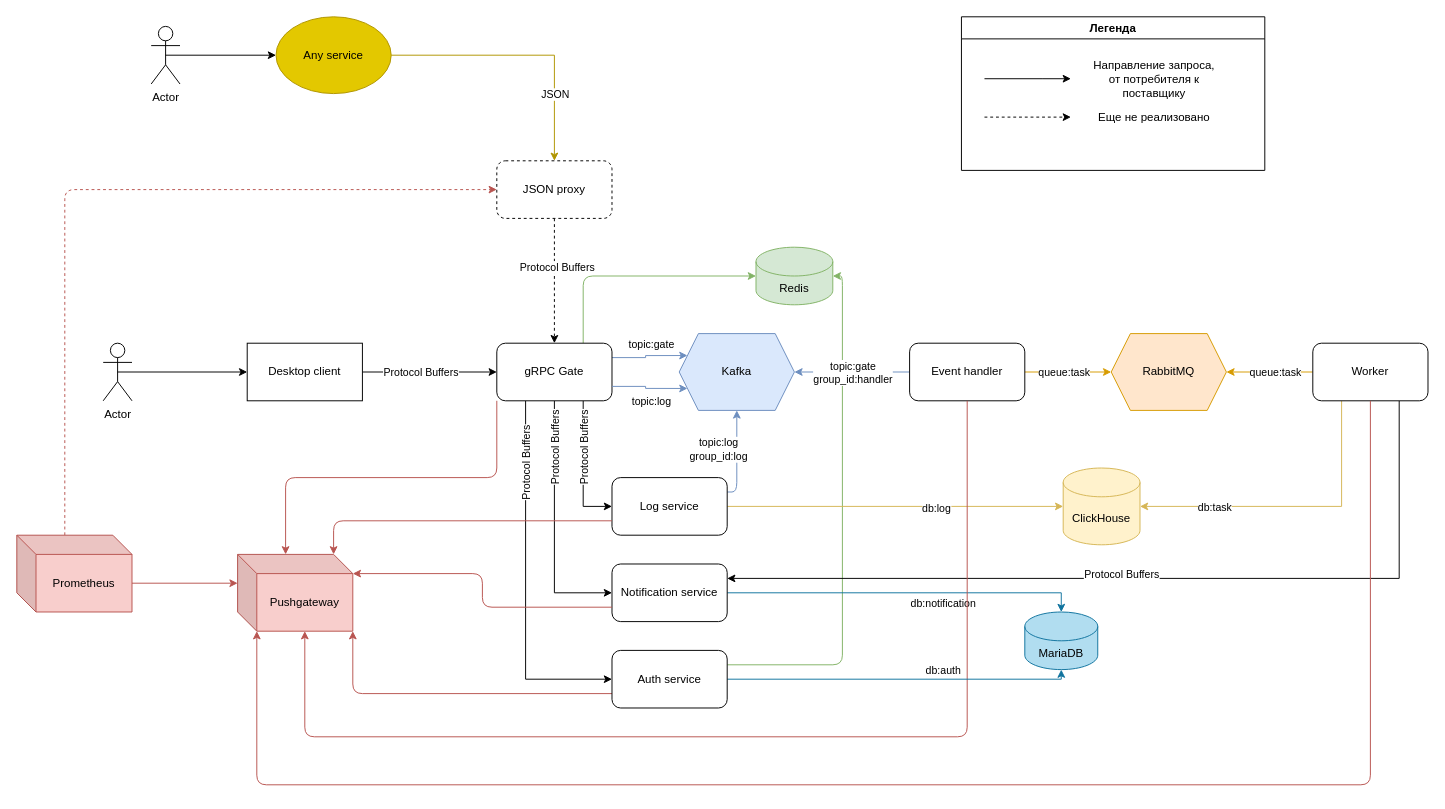
This is page "New" (1 of 2) of scheme.drawio from gbh007/petus-projectus, a draw.io file, before an edit. Source tidied: cells renumbered, new cells numbered last; positions are measured from the earlier drawing's top-left corner, leaving out a move shared by most shapes. Both pictures are drawn from the tidied source at 96%, with x=0, y=0 at pixel (16, 16).
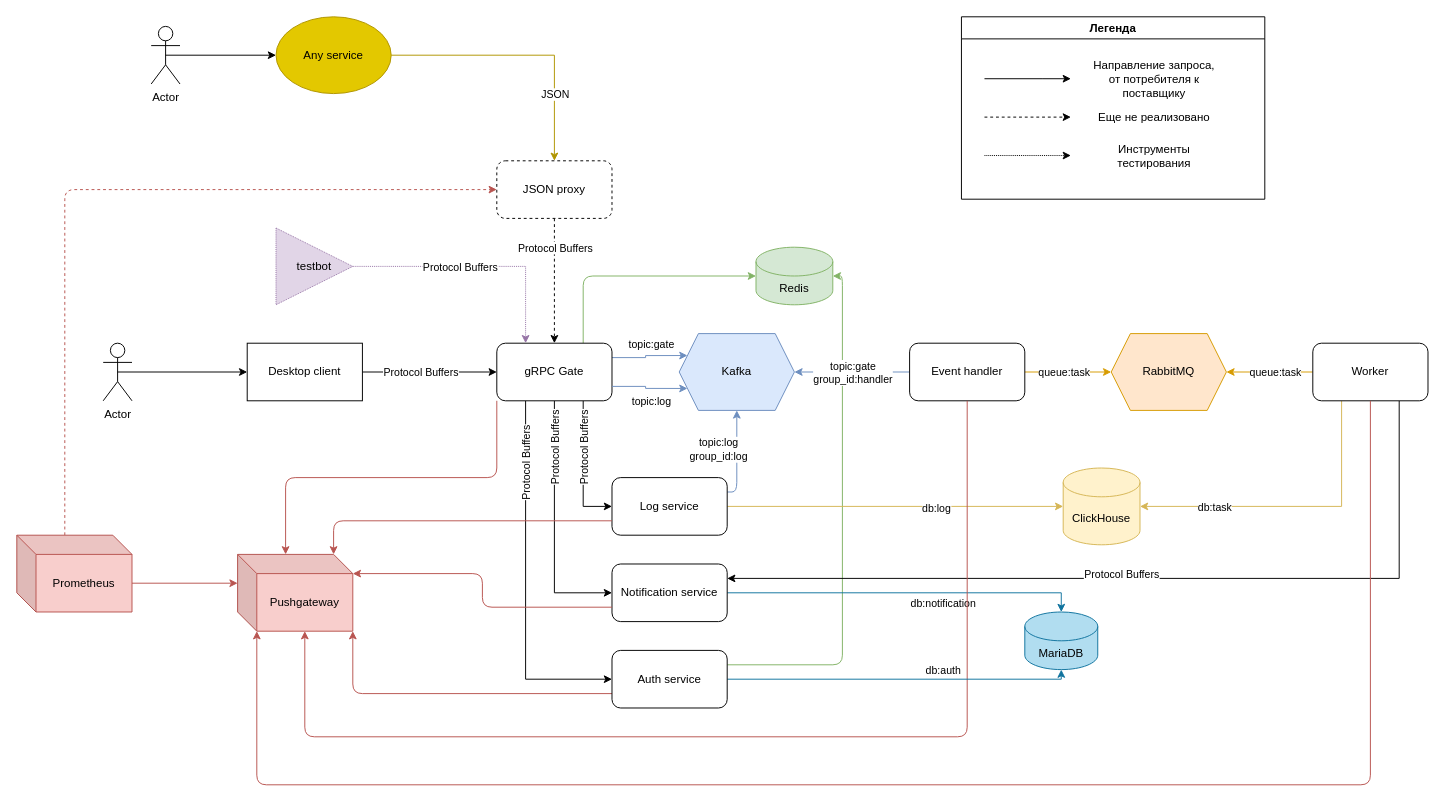
After the change.

The change refers to these unchanged cells:
```xml
<mxCell id="26" value="gRPC Gate" style="rounded=1;whiteSpace=wrap;html=1;" parent="1" vertex="1">
  <mxGeometry x="500" y="340" width="120" height="60" as="geometry" />
</mxCell>
<mxCell id="27" style="edgeStyle=orthogonalEdgeStyle;rounded=0;jettySize=auto;html=1;exitX=0.5;exitY=1;exitDx=0;exitDy=0;entryX=0.5;entryY=0;entryDx=0;entryDy=0;dashed=1;" parent="1" edge="1" source="29" target="26">
  <mxGeometry relative="1" as="geometry" />
</mxCell>
```

What changed in the source:
```diff
@@
     <mxCell id="28" value="Protocol Buffers" style="edgeLabel;html=1;align=center;verticalAlign=middle;" parent="27" vertex="1">
-      <mxGeometry x="-0.23" y="2" relative="1" as="geometry" />
+      <mxGeometry x="-0.23" y="2" relative="1" as="geometry">
+        <mxPoint x="-2" y="-20" as="offset" />
+      </mxGeometry>
     </mxCell>
@@
     <mxCell id="62" value="Легенда" style="swimlane;whiteSpace=wrap;html=1;swimlaneFillColor=#FFFFFF;" parent="1" vertex="1">
-      <mxGeometry x="984" width="316" height="160" as="geometry" />
+      <mxGeometry x="984" width="316" height="190" as="geometry" />
     </mxCell>
@@
+    <mxCell id="73" style="group;" parent="62" vertex="1">
+      <mxGeometry x="84" y="130" width="184" height="30" as="geometry" />
+    </mxCell>
+    <mxCell id="74" style="edgeStyle=orthogonalEdgeStyle;rounded=0;orthogonalLoop=1;jettySize=auto;html=1;dashed=1;dashPattern=1 1;" parent="73" edge="1">
+      <mxGeometry relative="1" as="geometry">
+        <mxPoint x="-60" y="14.5" as="sourcePoint" />
+        <mxPoint x="30" y="14.5" as="targetPoint" />
+        <Array as="points">
+          <mxPoint y="14.5" />
+          <mxPoint y="14.5" />
+        </Array>
+      </mxGeometry>
+    </mxCell>
+    <mxCell id="75" value="Инструменты тестирования" style="text;html=1;strokeColor=none;fillColor=none;align=center;verticalAlign=middle;whiteSpace=wrap;rounded=0;" parent="73" vertex="1">
+      <mxGeometry x="50" width="134" height="30" as="geometry" />
+    </mxCell>
@@
+    <mxCell id="76" value="testbot" style="triangle;whiteSpace=wrap;html=1;dashed=1;dashPattern=1 1;fillColor=#e1d5e7;strokeColor=#9673a6;" parent="1" vertex="1">
+      <mxGeometry x="270" y="220" width="80" height="80" as="geometry" />
+    </mxCell>
+    <mxCell id="77" style="edgeStyle=orthogonalEdgeStyle;rounded=0;jettySize=auto;html=1;exitX=1;exitY=0.5;exitDx=0;exitDy=0;entryX=0.25;entryY=0;entryDx=0;entryDy=0;dashed=1;dashPattern=1 1;fillColor=#e1d5e7;strokeColor=#9673a6;" parent="1" edge="1" source="76" target="26">
+      <mxGeometry relative="1" as="geometry" />
+    </mxCell>
+    <mxCell id="78" value="Protocol Buffers" style="edgeLabel;html=1;align=center;verticalAlign=middle;" parent="77" vertex="1">
+      <mxGeometry x="-0.15" relative="1" as="geometry" />
+    </mxCell>
```
